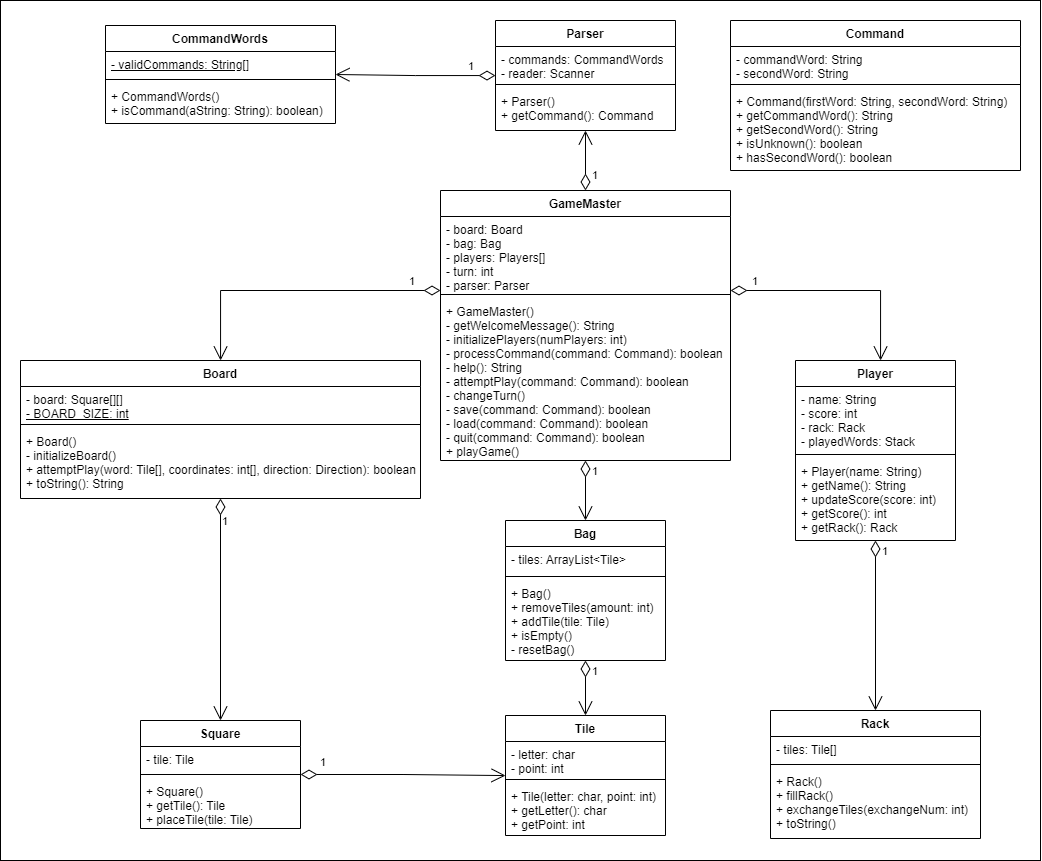
Earlier version of the draw.io export src/ScrabbleUML.png (charles-55/ScrabbleGame). Source tidied: cells renumbered, new cells last; positions are measured from the earlier drawing's top-left corner, leaving out a move shared by most shapes.
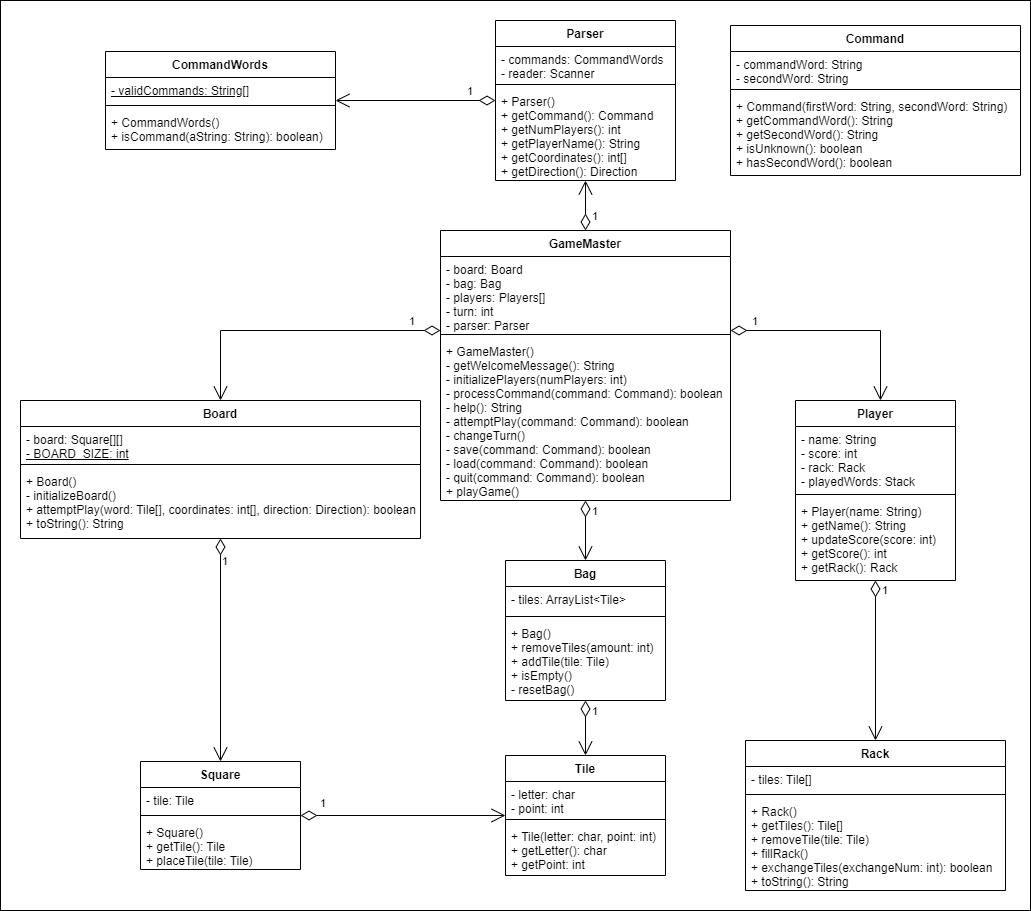
After the commit.

Diff of the diagram source:
```diff
@@ -3,7 +3,7 @@
     <mxCell id="0" />
     <mxCell id="1" parent="0" />
     <mxCell id="2" style="html=1;" parent="1" vertex="1">
-      <mxGeometry width="1040" height="860" as="geometry" />
+      <mxGeometry y="-40" width="1030" height="910" as="geometry" />
     </mxCell>
     <mxCell id="3" value="GameMaster" style="swimlane;fontStyle=1;align=center;verticalAlign=top;horizontal=1;startSize=26;" parent="1" vertex="1">
       <mxGeometry x="440" y="190" width="290" height="270" as="geometry" />
@@ -42,7 +42,7 @@
       <mxGeometry y="60" width="160" height="80" as="geometry" />
     </mxCell>
     <mxCell id="15" value="Square" style="swimlane;fontStyle=1;align=center;verticalAlign=top;horizontal=1;startSize=26;" parent="1" vertex="1">
-      <mxGeometry x="140" y="720" width="160" height="108" as="geometry" />
+      <mxGeometry x="140" y="721" width="160" height="108" as="geometry" />
     </mxCell>
     <mxCell id="16" value="- tile: Tile" style="text;strokeColor=none;fillColor=none;align=left;verticalAlign=top;spacingLeft=4;spacingRight=4;overflow=hidden;" parent="15" vertex="1">
       <mxGeometry y="26" width="160" height="24" as="geometry" />
@@ -78,16 +78,16 @@
       <mxGeometry y="98" width="160" height="82" as="geometry" />
     </mxCell>
     <mxCell id="27" value="Rack" style="swimlane;fontStyle=1;align=center;verticalAlign=top;horizontal=1;startSize=26;" parent="1" vertex="1">
-      <mxGeometry x="770" y="710" width="210" height="128" as="geometry" />
+      <mxGeometry x="745" y="700" width="260" height="150" as="geometry" />
     </mxCell>
     <mxCell id="28" value="- tiles: Tile[]" style="text;strokeColor=none;fillColor=none;align=left;verticalAlign=top;spacingLeft=4;spacingRight=4;overflow=hidden;" parent="27" vertex="1">
-      <mxGeometry y="26" width="210" height="24" as="geometry" />
+      <mxGeometry y="26" width="260" height="24" as="geometry" />
     </mxCell>
     <mxCell id="29" style="line;strokeWidth=1;fillColor=none;align=left;verticalAlign=middle;spacingTop=-1;spacingLeft=3;spacingRight=3;labelPosition=right;strokeColor=inherit;" parent="27" vertex="1">
-      <mxGeometry y="50" width="210" height="8" as="geometry" />
+      <mxGeometry y="50" width="260" height="8" as="geometry" />
     </mxCell>
-    <mxCell id="30" value="+ Rack()&#10;+ fillRack()&#10;+ exchangeTiles(exchangeNum: int)&#10;+ toString()" style="text;strokeColor=none;fillColor=none;align=left;verticalAlign=top;spacingLeft=4;spacingRight=4;overflow=hidden;" parent="27" vertex="1">
-      <mxGeometry y="58" width="210" height="70" as="geometry" />
+    <mxCell id="30" value="+ Rack()&#10;+ getTiles(): Tile[]&#10;+ removeTile(tile: Tile)&#10;+ fillRack()&#10;+ exchangeTiles(exchangeNum: int): boolean&#10;+ toString(): String" style="text;strokeColor=none;fillColor=none;align=left;verticalAlign=top;spacingLeft=4;spacingRight=4;overflow=hidden;" parent="27" vertex="1">
+      <mxGeometry y="58" width="260" height="92" as="geometry" />
     </mxCell>
     <mxCell id="31" value="1" style="endArrow=open;html=1;endSize=12;startArrow=diamondThin;startSize=14;startFill=0;edgeStyle=orthogonalEdgeStyle;align=left;verticalAlign=bottom;rounded=0;" parent="1" edge="1" source="3" target="7">
       <mxGeometry x="-0.77" relative="1" as="geometry">
@@ -119,7 +119,7 @@
       <mxGeometry x="-0.83" y="3" relative="1" as="geometry" />
     </mxCell>
     <mxCell id="38" value="Parser" style="swimlane;fontStyle=1;align=center;verticalAlign=top;horizontal=1;startSize=26;" parent="1" vertex="1">
-      <mxGeometry x="495" y="20" width="180" height="110" as="geometry" />
+      <mxGeometry x="495" y="-20" width="180" height="160" as="geometry" />
     </mxCell>
     <mxCell id="39" value="- commands: CommandWords&#10;- reader: Scanner" style="text;strokeColor=none;fillColor=none;align=left;verticalAlign=top;spacingLeft=4;spacingRight=4;overflow=hidden;" parent="38" vertex="1">
       <mxGeometry y="26" width="180" height="34" as="geometry" />
@@ -127,11 +127,11 @@
     <mxCell id="40" style="line;strokeWidth=1;fillColor=none;align=left;verticalAlign=middle;spacingTop=-1;spacingLeft=3;spacingRight=3;labelPosition=right;strokeColor=inherit;" parent="38" vertex="1">
       <mxGeometry y="60" width="180" height="8" as="geometry" />
     </mxCell>
-    <mxCell id="41" value="+ Parser()&#10;+ getCommand(): Command" style="text;strokeColor=none;fillColor=none;align=left;verticalAlign=top;spacingLeft=4;spacingRight=4;overflow=hidden;" parent="38" vertex="1">
-      <mxGeometry y="68" width="180" height="42" as="geometry" />
+    <mxCell id="41" value="+ Parser()&#10;+ getCommand(): Command&#10;+ getNumPlayers(): int&#10;+ getPlayerName(): String&#10;+ getCoordinates(): int[]&#10;+ getDirection(): Direction" style="text;strokeColor=none;fillColor=none;align=left;verticalAlign=top;spacingLeft=4;spacingRight=4;overflow=hidden;" parent="38" vertex="1">
+      <mxGeometry y="68" width="180" height="92" as="geometry" />
     </mxCell>
     <mxCell id="42" value="CommandWords" style="swimlane;fontStyle=1;align=center;verticalAlign=top;horizontal=1;startSize=26;" parent="1" vertex="1">
-      <mxGeometry x="105" y="25" width="230" height="98" as="geometry" />
+      <mxGeometry x="105" y="11" width="230" height="98" as="geometry" />
     </mxCell>
     <mxCell id="43" value="&lt;u&gt;- validCommands: String[]&lt;/u&gt;" style="text;strokeColor=none;fillColor=none;align=left;verticalAlign=top;spacingLeft=4;spacingRight=4;overflow=hidden;html=1;" parent="42" vertex="1">
       <mxGeometry y="26" width="230" height="24" as="geometry" />
@@ -143,7 +143,7 @@
       <mxGeometry y="58" width="230" height="40" as="geometry" />
     </mxCell>
     <mxCell id="46" value="Command" style="swimlane;fontStyle=1;align=center;verticalAlign=top;horizontal=1;startSize=26;" parent="1" vertex="1">
-      <mxGeometry x="730" y="20" width="290" height="150" as="geometry" />
+      <mxGeometry x="730" y="-15" width="290" height="150" as="geometry" />
     </mxCell>
     <mxCell id="47" value="- commandWord: String&#10;- secondWord: String" style="text;strokeColor=none;fillColor=none;align=left;verticalAlign=top;spacingLeft=4;spacingRight=4;overflow=hidden;" parent="46" vertex="1">
       <mxGeometry y="26" width="290" height="34" as="geometry" />
```
